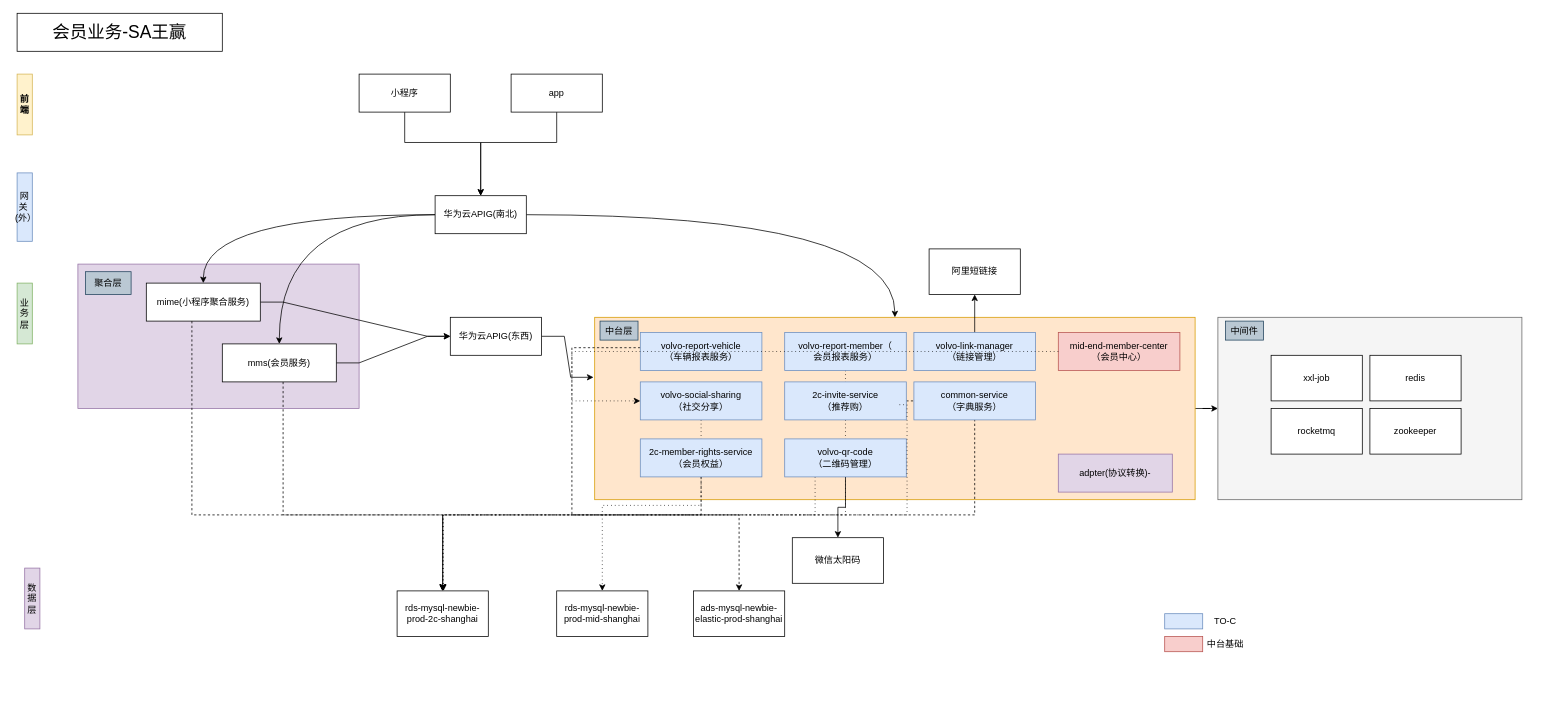
Before: 会员业务架构.drawio in 463024907/draw.io, a draw.io diagram. Source tidied: cells renumbered, new cells numbered last; positions are measured from the earlier drawing's top-left corner, leaving out a move shared by most shapes. Both pictures are drawn from the tidied source at 76%, with x=0, y=0 at pixel (17, 13).
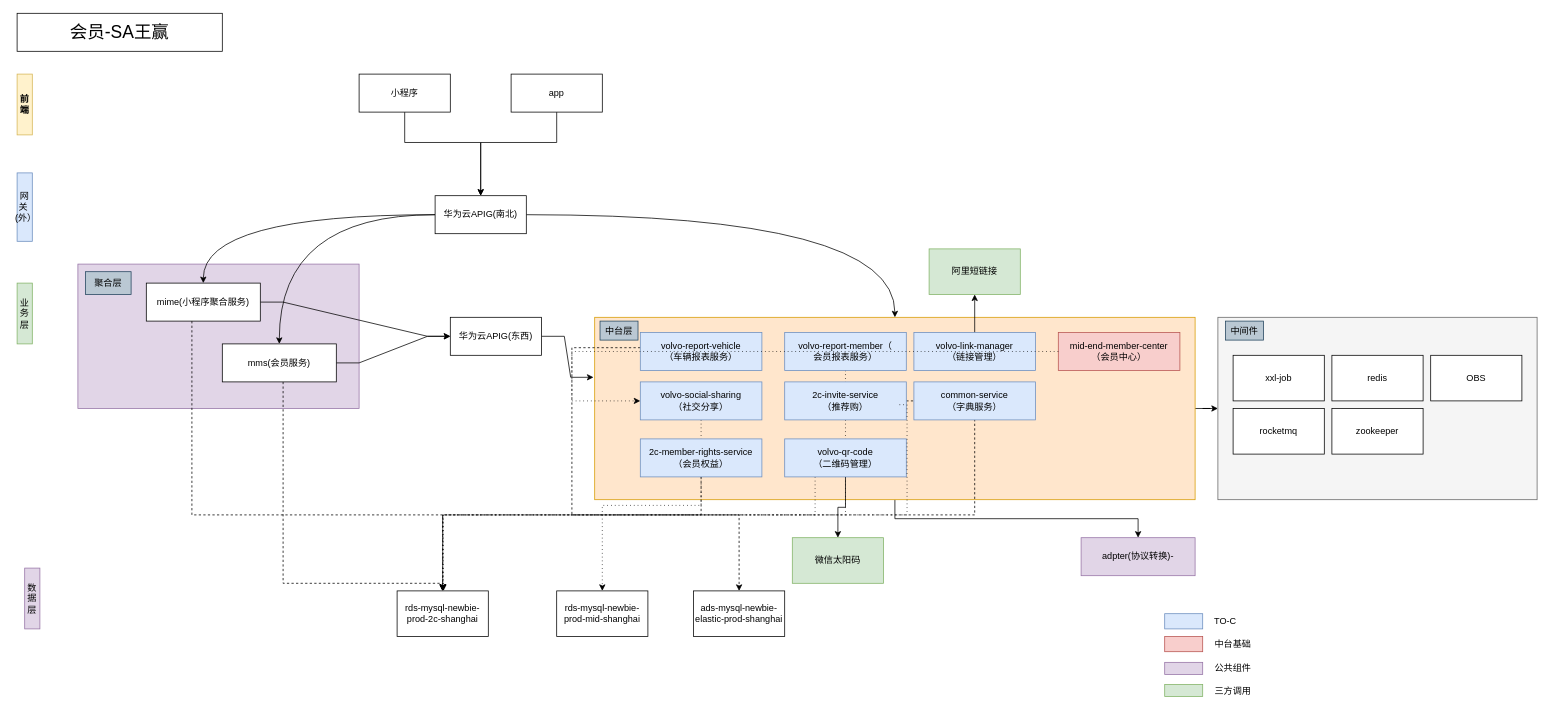
The same page after the edit.

Commit message:
Update 会员业务架构.drawio

Unchanged cells that the change refers to:
```xml
<mxCell id="5" style="rounded=0;whiteSpace=wrap;html=1;fillColor=#ffe6cc;strokeColor=#d79b00;" parent="1" vertex="1">
  <mxGeometry x="760" y="400" width="790" height="240" as="geometry" />
</mxCell>
<mxCell id="26" value="mms(会员服务)" style="rounded=0;whiteSpace=wrap;html=1;" parent="1" vertex="1">
  <mxGeometry x="270" y="435" width="150" height="50" as="geometry" />
</mxCell>
<mxCell id="27" value="rds-mysql-newbie-prod-2c-shanghai" style="rounded=0;whiteSpace=wrap;html=1;" parent="1" vertex="1">
  <mxGeometry x="500" y="760" width="120" height="60" as="geometry" />
</mxCell>
```

Change to the diagram source:
```diff
@@
     <mxCell id="2" style="rounded=0;whiteSpace=wrap;html=1;fillColor=#f5f5f5;strokeColor=#666666;fontColor=#333333;" parent="1" vertex="1">
-      <mxGeometry x="1580" y="400" width="400" height="240" as="geometry" />
+      <mxGeometry x="1580" y="400" width="420" height="240" as="geometry" />
     </mxCell>
@@
+    <mxCell id="63" style="edgeStyle=orthogonalEdgeStyle;rounded=0;jettySize=auto;html=1;" parent="1" edge="1" source="5" target="49">
+      <mxGeometry relative="1" as="geometry" />
+    </mxCell>
@@
     <mxCell id="24" style="edgeStyle=orthogonalEdgeStyle;rounded=0;jettySize=auto;html=1;dashed=1;" parent="1" edge="1" source="26" target="27">
       <mxGeometry relative="1" as="geometry">
         <Array as="points">
-          <mxPoint x="350" y="660" />
-          <mxPoint x="560" y="660" />
+          <mxPoint x="350" y="750" />
+          <mxPoint x="560" y="750" />
         </Array>
       </mxGeometry>
     </mxCell>
@@
-    <mxCell id="46" value="&lt;font style=&quot;font-size: 23px;&quot;&gt;会员业务-SA王赢&lt;/font&gt;" style="rounded=0;whiteSpace=wrap;html=1;" parent="1" vertex="1">
+    <mxCell id="46" value="&lt;font style=&quot;font-size: 23px;&quot;&gt;会员-SA王赢&lt;/font&gt;" style="rounded=0;whiteSpace=wrap;html=1;" parent="1" vertex="1">
       <mxGeometry width="270" height="50" as="geometry" />
     </mxCell>
@@
     <mxCell id="49" value="adpter(协议转换)-" style="rounded=0;whiteSpace=wrap;html=1;fillColor=#e1d5e7;strokeColor=#9673a6;" parent="1" vertex="1">
-      <mxGeometry x="1370" y="580" width="150" height="50" as="geometry" />
+      <mxGeometry x="1400" y="690" width="150" height="50" as="geometry" />
     </mxCell>
-    <mxCell id="50" value="微信太阳码" style="rounded=0;whiteSpace=wrap;html=1;" parent="1" vertex="1">
+    <mxCell id="50" value="微信太阳码" style="rounded=0;whiteSpace=wrap;html=1;fillColor=#d5e8d4;strokeColor=#82b366;" parent="1" vertex="1">
       <mxGeometry x="1020" y="690" width="120" height="60" as="geometry" />
     </mxCell>
-    <mxCell id="51" value="阿里短链接" style="rounded=0;whiteSpace=wrap;html=1;" parent="1" vertex="1">
+    <mxCell id="51" value="阿里短链接" style="rounded=0;whiteSpace=wrap;html=1;fillColor=#d5e8d4;strokeColor=#82b366;" parent="1" vertex="1">
       <mxGeometry x="1200" y="310" width="120" height="60" as="geometry" />
     </mxCell>
     <mxCell id="52" value="xxl-job" style="rounded=0;whiteSpace=wrap;html=1;" parent="1" vertex="1">
-      <mxGeometry x="1650" y="450" width="120" height="60" as="geometry" />
+      <mxGeometry x="1600" y="450" width="120" height="60" as="geometry" />
     </mxCell>
     <mxCell id="53" value="rocketmq" style="rounded=0;whiteSpace=wrap;html=1;" parent="1" vertex="1">
-      <mxGeometry x="1650" y="520" width="120" height="60" as="geometry" />
+      <mxGeometry x="1600" y="520" width="120" height="60" as="geometry" />
     </mxCell>
     <mxCell id="54" value="zookeeper" style="rounded=0;whiteSpace=wrap;html=1;" parent="1" vertex="1">
-      <mxGeometry x="1780" y="520" width="120" height="60" as="geometry" />
+      <mxGeometry x="1730" y="520" width="120" height="60" as="geometry" />
     </mxCell>
     <mxCell id="55" value="redis" style="rounded=0;whiteSpace=wrap;html=1;" parent="1" vertex="1">
-      <mxGeometry x="1780" y="450" width="120" height="60" as="geometry" />
+      <mxGeometry x="1730" y="450" width="120" height="60" as="geometry" />
     </mxCell>
@@
     <mxCell id="62" value="中台基础" style="text;html=1;strokeColor=none;fillColor=none;align=center;verticalAlign=middle;whiteSpace=wrap;rounded=0;" parent="1" vertex="1">
-      <mxGeometry x="1560" y="815" width="60" height="30" as="geometry" />
+      <mxGeometry x="1570" y="815" width="60" height="30" as="geometry" />
     </mxCell>
+    <mxCell id="64" style="rounded=0;whiteSpace=wrap;html=1;fillColor=#e1d5e7;strokeColor=#9673a6;" parent="1" vertex="1">
+      <mxGeometry x="1510" y="854" width="50" height="16" as="geometry" />
+    </mxCell>
+    <mxCell id="65" value="公共组件" style="text;html=1;strokeColor=none;fillColor=none;align=center;verticalAlign=middle;whiteSpace=wrap;rounded=0;" parent="1" vertex="1">
+      <mxGeometry x="1570" y="847" width="60" height="30" as="geometry" />
+    </mxCell>
+    <mxCell id="66" style="rounded=0;whiteSpace=wrap;html=1;fillColor=#d5e8d4;strokeColor=#82b366;" parent="1" vertex="1">
+      <mxGeometry x="1510" y="883" width="50" height="16" as="geometry" />
+    </mxCell>
+    <mxCell id="67" value="三方调用" style="text;html=1;strokeColor=none;fillColor=none;align=center;verticalAlign=middle;whiteSpace=wrap;rounded=0;" parent="1" vertex="1">
+      <mxGeometry x="1570" y="877" width="60" height="30" as="geometry" />
+    </mxCell>
+    <mxCell id="68" value="OBS" style="rounded=0;whiteSpace=wrap;html=1;" parent="1" vertex="1">
+      <mxGeometry x="1860" y="450" width="120" height="60" as="geometry" />
+    </mxCell>
```
